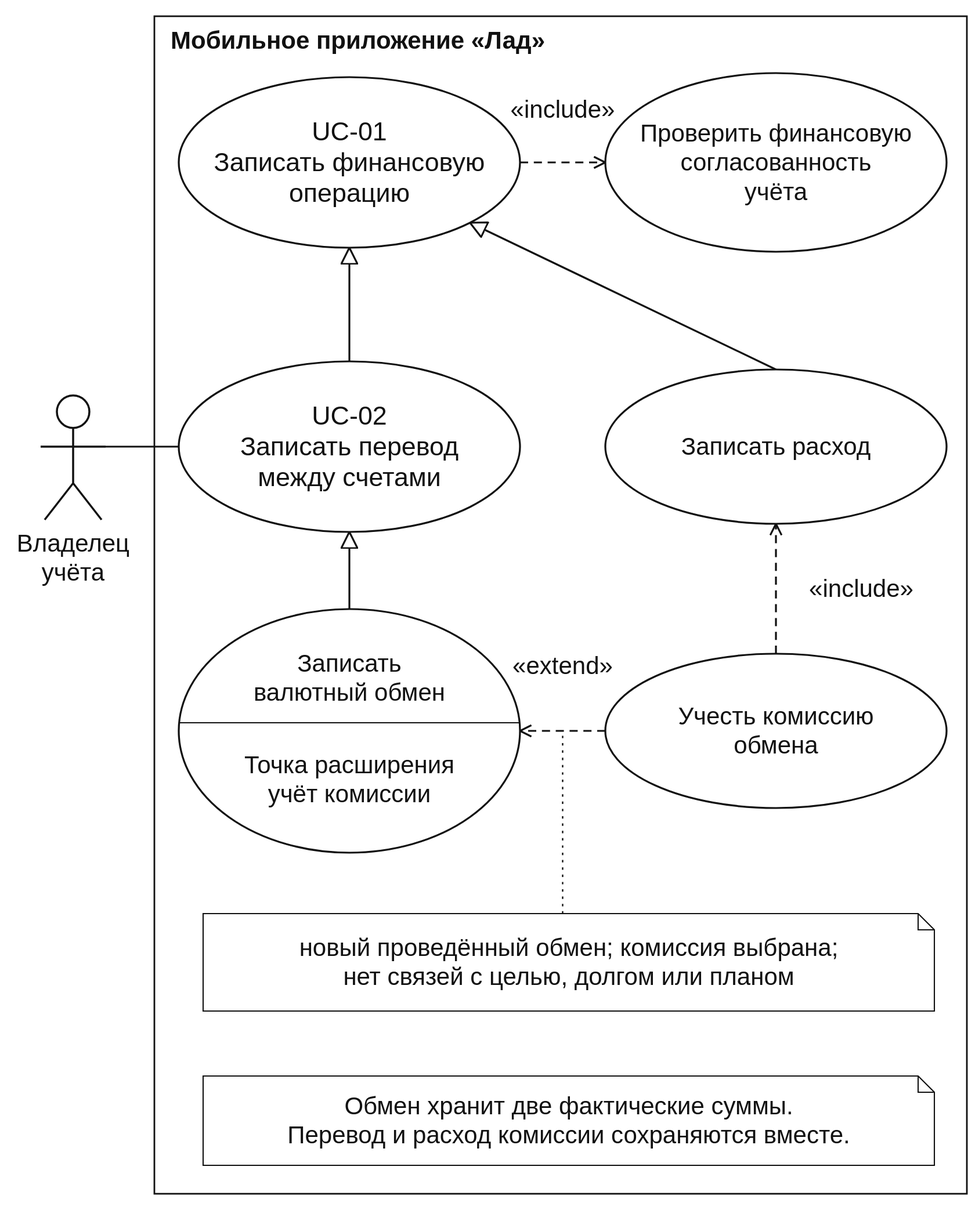
Before: output/thesis/figures/02-use-cases-exchange.svg, a diagram exported from PlantUML (Tiroras/lad-finance). Its source is kept beside it as output/thesis/figures/02-use-cases-exchange.puml.
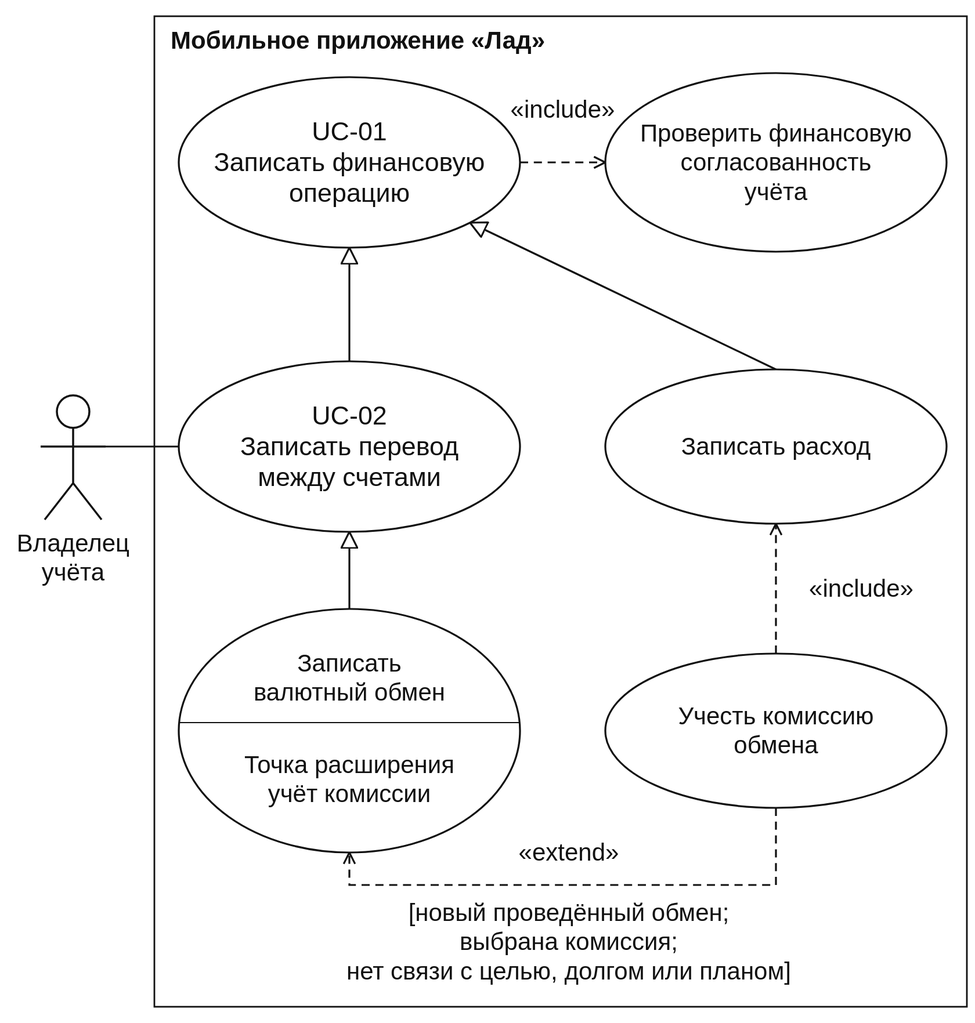
The same diagram one commit later.

The edit, as a diff of the source:
```diff
@@ -16,12 +16,7 @@
 U2 --|> U1
 H6 --|> U2
 H2 --|> U1
-H7 ..> H6 : <<extend>>
-note on link
-новый проведённый обмен; комиссия выбрана;
-нет связей с целью, долгом или планом
-end note
+H7 ..> H6 : <<extend>>\n[новый проведённый обмен; комиссия выбрана;\nнет связей с целью, долгом или планом]
 H7 ..> H2 : <<include>>
 U1 ..> H5 : <<include>>
-note "Обмен хранит две фактические суммы.\nПеревод и расход комиссии сохраняются вместе." as N1
 @enduml
```
